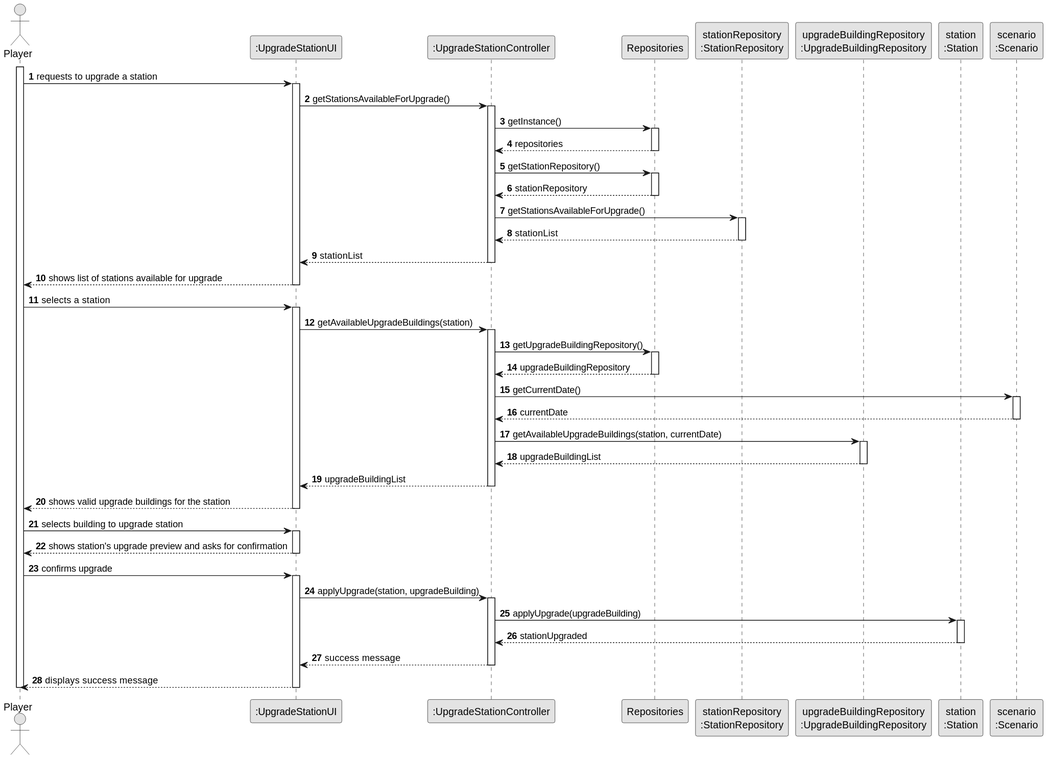
Earlier version of the PlantUML export docs/system-documentation/sprint 2/US06/03.design/svg/US006-SD-full.svg (Educ00/mdisc-2425).
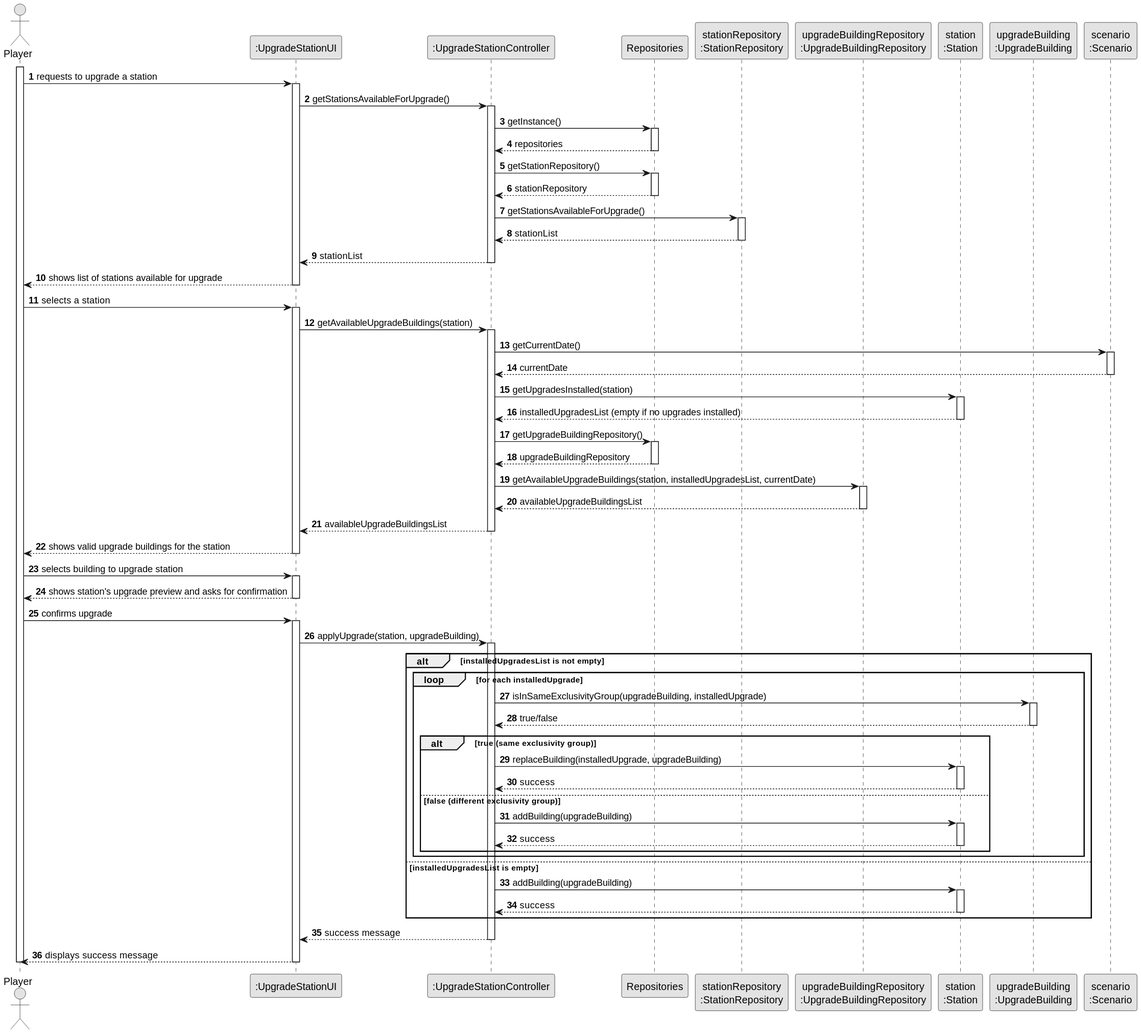
Later version of the same file.

Change to the diagram source:
```diff
@@ -1,103 +1,126 @@
 @startuml
-skinparam monochrome true
-skinparam packageStyle rectangle
-skinparam shadowing false
+                            skinparam monochrome true
+                            skinparam packageStyle rectangle
+                            skinparam shadowing false
 
-autonumber
+                            autonumber
 
-actor "Player" as PLAYER
-participant ":UpgradeStationUI" as UI
-participant ":UpgradeStationController" as CTRL
-participant "Repositories" as REPOS
-participant "stationRepository\n:StationRepository" as STATION_REPO
-participant "upgradeBuildingRepository\n:UpgradeBuildingRepository" as UPGRADE_BUILDING_REPO
-participant "station\n:Station" as STATION
-participant "scenario\n:Scenario" as SCENARIO
+                            actor "Player" as PLAYER
+                            participant ":UpgradeStationUI" as UI
+                            participant ":UpgradeStationController" as CTRL
+                            participant "Repositories" as REPOS
+                            participant "stationRepository\n:StationRepository" as STATION_REPO
+                            participant "upgradeBuildingRepository\n:UpgradeBuildingRepository" as UPGRADE_BUILDING_REPO
+                            participant "station\n:Station" as STATION
+                            participant "upgradeBuilding\n:UpgradeBuilding" as UPGRADE_BUILDING
+                            participant "scenario\n:Scenario" as SCENARIO
 
-                activate PLAYER
+                            activate PLAYER
 
-                    PLAYER -> UI : requests to upgrade a station
-                    activate UI
+                                PLAYER -> UI : requests to upgrade a station
+                                activate UI
 
-                        UI -> CTRL : getStationsAvailableForUpgrade()
-                        activate CTRL
+                                    UI -> CTRL : getStationsAvailableForUpgrade()
+                                    activate CTRL
 
-                            CTRL -> REPOS : getInstance()
-                            activate REPOS
+                                        CTRL -> REPOS : getInstance()
+                                        activate REPOS
 
-                                REPOS --> CTRL : repositories
-                            deactivate REPOS
+                                            REPOS --> CTRL : repositories
+                                        deactivate REPOS
 
-                            CTRL -> REPOS : getStationRepository()
-                            activate REPOS
+                                        CTRL -> REPOS : getStationRepository()
+                                        activate REPOS
 
-                                REPOS --> CTRL : stationRepository
-                            deactivate REPOS
+                                            REPOS --> CTRL : stationRepository
+                                        deactivate REPOS
 
-                            CTRL -> STATION_REPO : getStationsAvailableForUpgrade()
-                            activate STATION_REPO
-                                STATION_REPO --> CTRL : stationList
-                            deactivate STATION_REPO
+                                        CTRL -> STATION_REPO : getStationsAvailableForUpgrade()
+                                        activate STATION_REPO
+                                            STATION_REPO --> CTRL : stationList
+                                        deactivate STATION_REPO
 
-                            CTRL --> UI : stationList
-                        deactivate CTRL
+                                        CTRL --> UI : stationList
+                                    deactivate CTRL
 
-                        UI --> PLAYER : shows list of stations available for upgrade
-                    deactivate UI
+                                    UI --> PLAYER : shows list of stations available for upgrade
+                                deactivate UI
 
-                    PLAYER -> UI : selects a station
-                    activate UI
+                                PLAYER -> UI : selects a station
+                                activate UI
 
-                        UI -> CTRL : getAvailableUpgradeBuildings(station)
-                        activate CTRL
+                                    UI -> CTRL : getAvailableUpgradeBuildings(station)
+                                    activate CTRL
 
-                            CTRL -> REPOS : getUpgradeBuildingRepository()
-                            activate REPOS
+                                    CTRL -> SCENARIO : getCurrentDate()
+                                        activate SCENARIO
+                                            SCENARIO --> CTRL : currentDate
+                                        deactivate SCENARIO
 
-                                REPOS --> CTRL : upgradeBuildingRepository
-                            deactivate REPOS
+                                    CTRL -> STATION : getUpgradesInstalled(station)
+                                    activate STATION
+                                        STATION --> CTRL : installedUpgradesList (empty if no upgrades installed)
+                                    deactivate STATION
 
-                            CTRL -> SCENARIO : getCurrentDate()
-                            activate SCENARIO
+                                    CTRL -> REPOS : getUpgradeBuildingRepository()
+                                    activate REPOS
 
-                                SCENARIO --> CTRL : currentDate
-                            deactivate SCENARIO
+                                        REPOS --> CTRL : upgradeBuildingRepository
+                                    deactivate REPOS
 
-                            CTRL -> UPGRADE_BUILDING_REPO : getAvailableUpgradeBuildings(station, currentDate)
-                            activate UPGRADE_BUILDING_REPO
-                                UPGRADE_BUILDING_REPO --> CTRL : upgradeBuildingList
-                            deactivate UPGRADE_BUILDING_REPO
+                                    CTRL -> UPGRADE_BUILDING_REPO : getAvailableUpgradeBuildings(station, installedUpgradesList, currentDate)
+                                    activate UPGRADE_BUILDING_REPO
+                                        UPGRADE_BUILDING_REPO --> CTRL : availableUpgradeBuildingsList
+                                    deactivate UPGRADE_BUILDING_REPO
 
-                            CTRL --> UI : upgradeBuildingList
-                        deactivate CTRL
+                                    CTRL --> UI : availableUpgradeBuildingsList
+                                deactivate CTRL
 
-                        UI --> PLAYER : shows valid upgrade buildings for the station
-                    deactivate UI
+                                UI --> PLAYER : shows valid upgrade buildings for the station
+                            deactivate UI
 
-                    PLAYER -> UI : selects building to upgrade station
-                    activate UI
+                                PLAYER -> UI : selects building to upgrade station
+                                activate UI
 
-                        UI --> PLAYER : shows station's upgrade preview and asks for confirmation
-                    deactivate UI
+                                    UI --> PLAYER : shows station's upgrade preview and asks for confirmation
+                                                        deactivate UI
 
-                    PLAYER -> UI : confirms upgrade
-                    activate UI
+                                PLAYER -> UI : confirms upgrade
+                                activate UI
+                                    UI -> CTRL : applyUpgrade(station, upgradeBuilding)
+                                    activate CTRL
 
-                        UI -> CTRL : applyUpgrade(station, upgradeBuilding)
-                        activate CTRL
+                                        alt installedUpgradesList is not empty
+                                            loop for each installedUpgrade
+                                                CTRL -> UPGRADE_BUILDING : isInSameExclusivityGroup(upgradeBuilding, installedUpgrade)
+                                                activate UPGRADE_BUILDING
+                                                    UPGRADE_BUILDING --> CTRL : true/false
+                                                deactivate UPGRADE_BUILDING
 
-                            CTRL -> STATION : applyUpgrade(upgradeBuilding)
-                            activate STATION
+                                                alt true (same exclusivity group)
+                                                    CTRL -> STATION : replaceBuilding(installedUpgrade, upgradeBuilding)
+                                                    activate STATION
+                                                        STATION --> CTRL : success
+                                                    deactivate STATION
+                                                else false (different exclusivity group)
+                                                    CTRL -> STATION : addBuilding(upgradeBuilding)
+                                                    activate STATION
+                                                        STATION --> CTRL : success
+                                                    deactivate STATION
+                                                end
+                                            end
+                                        else installedUpgradesList is empty
+                                            CTRL -> STATION : addBuilding(upgradeBuilding)
+                                            activate STATION
+                                                STATION --> CTRL : success
+                                            deactivate STATION
+                                        end
 
-                                STATION --> CTRL : stationUpgraded
-                            deactivate STATION
+                                        CTRL --> UI : success message
+                                    deactivate CTRL
 
-                            CTRL --> UI : success message
-                        deactivate CTRL
+                                    UI --> PLAYER : displays success message
+                                deactivate UI
 
-                        UI --> PLAYER : displays success message
-                    deactivate UI
-
-                deactivate PLAYER
-
-                @enduml
+                            deactivate PLAYER
+                            @enduml
```
